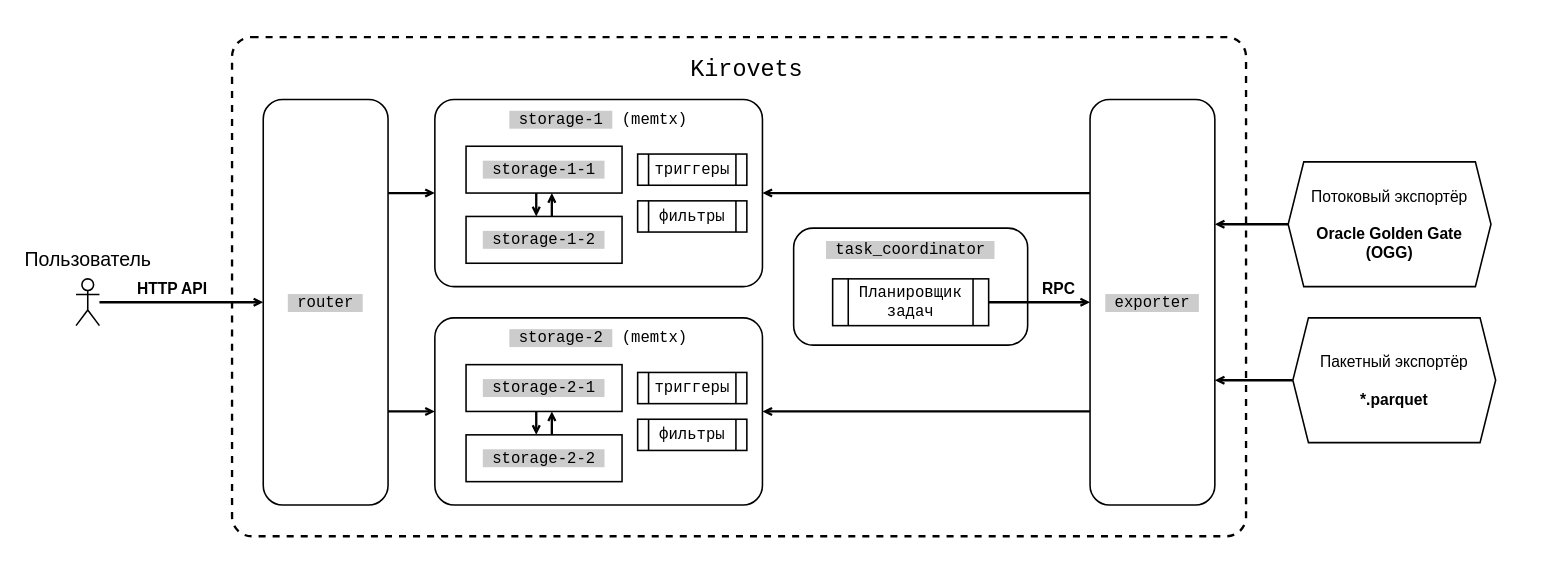
Earlier version of the draw.io diagram docs/docs/images/kirovets/kirovets_diagram.drawio (picodata/picodata). Source tidied: cells renumbered, new cells numbered last; positions are measured from the earlier drawing's top-left corner, leaving out a move shared by most shapes. Both pictures are drawn from the tidied source at 78%, with x=0, y=0 at pixel (76, 37).
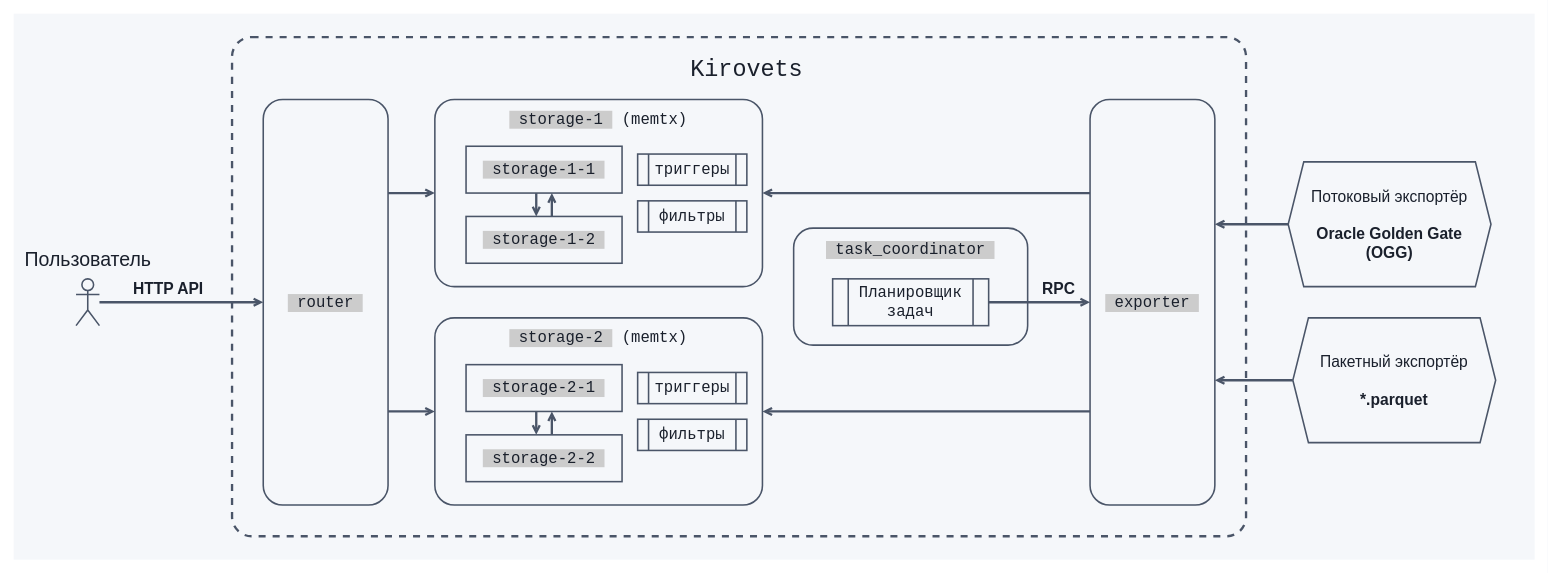
The same page after the edit.

Commit message (it also covers changes not shown here):
doc: fix architecture scheme, add example with authorization

also fix OGG setup, add info about metadata

The edit, as a diff of the source:
```diff
@@
+    <mxCell id="33" style="rounded=0;whiteSpace=wrap;html=1;fillColor=#F5F7FA;strokeColor=none;" parent="1" vertex="1">
+      <mxGeometry x="-80" y="-30" width="1950" height="700" as="geometry" />
+    </mxCell>
-    <mxCell id="2" value="Kirovets" style="rounded=1;whiteSpace=wrap;html=1;dashed=1;absoluteArcSize=1;arcSize=50;imageHeight=24;fillColor=none;align=center;fontSize=30;fontFamily=Courier New;verticalAlign=top;strokeWidth=3;spacing=20;spacingLeft=20;" parent="1" vertex="1">
+    <mxCell id="2" value="Kirovets" style="rounded=1;whiteSpace=wrap;html=1;dashed=1;absoluteArcSize=1;arcSize=50;imageHeight=24;fillColor=#F5F7FA;align=center;fontSize=30;fontFamily=Courier New;verticalAlign=top;strokeWidth=3;spacing=20;spacingLeft=20;fontColor=#1A202C;strokeColor=#4A5568;" parent="1" vertex="1">
       <mxGeometry x="200" width="1300" height="640" as="geometry" />
     </mxCell>
-    <mxCell id="3" style="edgeStyle=orthogonalEdgeStyle;rounded=0;jettySize=auto;html=1;flowAnimation=0;strokeColor=default;strokeWidth=3;align=center;verticalAlign=middle;fontFamily=Helvetica;fontSize=11;fontColor=default;labelBackgroundColor=default;endArrow=open;endFill=0;" parent="1" edge="1" source="5" target="19">
+    <mxCell id="3" style="edgeStyle=orthogonalEdgeStyle;rounded=0;jettySize=auto;html=1;flowAnimation=0;strokeColor=#4A5568;strokeWidth=3;align=center;verticalAlign=middle;fontFamily=Helvetica;fontSize=11;fontColor=#1A202C;labelBackgroundColor=none;endArrow=open;endFill=0;" parent="1" edge="1" source="5" target="19">
       <mxGeometry relative="1" as="geometry">
         <Array as="points">
           <mxPoint x="410" y="200" />
           <mxPoint x="410" y="200" />
         </Array>
       </mxGeometry>
     </mxCell>
-    <mxCell id="4" style="edgeStyle=orthogonalEdgeStyle;rounded=0;jettySize=auto;html=1;strokeColor=default;strokeWidth=3;align=center;verticalAlign=middle;fontFamily=Helvetica;fontSize=11;fontColor=default;labelBackgroundColor=default;endArrow=open;endFill=0;" parent="1" edge="1" source="5" target="6">
+    <mxCell id="4" style="edgeStyle=orthogonalEdgeStyle;rounded=0;jettySize=auto;html=1;strokeColor=#4A5568;strokeWidth=3;align=center;verticalAlign=middle;fontFamily=Helvetica;fontSize=11;fontColor=#1A202C;labelBackgroundColor=none;endArrow=open;endFill=0;" parent="1" edge="1" source="5" target="6">
       <mxGeometry relative="1" as="geometry">
         <Array as="points">
           <mxPoint x="410" y="480" />
           <mxPoint x="410" y="480" />
         </Array>
       </mxGeometry>
     </mxCell>
-    <mxCell id="5" value="&lt;font style=&quot;background-color: rgb(204, 204, 204);&quot; face=&quot;Courier New&quot;&gt;&amp;nbsp;router&amp;nbsp;&lt;/font&gt;" style="rounded=1;whiteSpace=wrap;html=1;fontSize=20;spacing=10;strokeWidth=2;absoluteArcSize=1;arcSize=50;" parent="1" vertex="1">
+    <mxCell id="5" value="&lt;font style=&quot;background-color: rgb(204, 204, 204);&quot; face=&quot;Courier New&quot;&gt;&amp;nbsp;router&amp;nbsp;&lt;/font&gt;" style="rounded=1;whiteSpace=wrap;html=1;fontSize=20;spacing=10;strokeWidth=2;absoluteArcSize=1;arcSize=50;fontColor=#1A202C;strokeColor=#4A5568;fillColor=#F5F7FA;" parent="1" vertex="1">
       <mxGeometry x="240" y="80" width="160" height="520" as="geometry" />
     </mxCell>
-    <mxCell id="6" value="&lt;span style=&quot;background-color: rgb(204, 204, 204);&quot;&gt;&amp;nbsp;storage-2&amp;nbsp;&lt;/span&gt;&lt;span&gt; (memtx)&lt;/span&gt;" style="rounded=1;whiteSpace=wrap;html=1;labelPosition=center;verticalLabelPosition=middle;align=center;verticalAlign=top;fontFamily=Courier New;fontSize=20;spacing=10;strokeWidth=2;absoluteArcSize=1;arcSize=50;" parent="1" vertex="1">
+    <mxCell id="6" value="&lt;span style=&quot;background-color: rgb(204, 204, 204);&quot;&gt;&amp;nbsp;storage-2&amp;nbsp;&lt;/span&gt;&lt;span&gt; (memtx)&lt;/span&gt;" style="rounded=1;whiteSpace=wrap;html=1;labelPosition=center;verticalLabelPosition=middle;align=center;verticalAlign=top;fontFamily=Courier New;fontSize=20;spacing=10;strokeWidth=2;absoluteArcSize=1;arcSize=50;fontColor=#1A202C;strokeColor=#4A5568;fillColor=#F5F7FA;" parent="1" vertex="1">
       <mxGeometry x="460" y="360" width="420" height="240" as="geometry" />
     </mxCell>
-    <mxCell id="7" style="edgeStyle=orthogonalEdgeStyle;rounded=0;orthogonalLoop=1;jettySize=auto;html=1;endArrow=open;endFill=0;strokeWidth=3;" parent="1" edge="1">
+    <mxCell id="7" style="edgeStyle=orthogonalEdgeStyle;rounded=0;orthogonalLoop=1;jettySize=auto;html=1;endArrow=open;endFill=0;strokeWidth=3;fontColor=#1A202C;strokeColor=#4A5568;" parent="1" edge="1">
       <mxGeometry relative="1" as="geometry">
         <mxPoint x="590" y="480" as="sourcePoint" />
         <mxPoint x="590" y="510" as="targetPoint" />
       </mxGeometry>
     </mxCell>
-    <mxCell id="8" value="&lt;span style=&quot;background-color: rgb(204, 204, 204);&quot;&gt;&amp;nbsp;storage-2-1&amp;nbsp;&lt;/span&gt;" style="rounded=0;whiteSpace=wrap;html=1;fontFamily=Courier New;fontSize=20;strokeColor=default;align=center;verticalAlign=middle;fontColor=default;fillColor=default;strokeWidth=2;" parent="1" vertex="1">
+    <mxCell id="8" value="&lt;span style=&quot;background-color: rgb(204, 204, 204);&quot;&gt;&amp;nbsp;storage-2-1&amp;nbsp;&lt;/span&gt;" style="rounded=0;whiteSpace=wrap;html=1;fontFamily=Courier New;fontSize=20;strokeColor=#4A5568;align=center;verticalAlign=middle;fontColor=#1A202C;fillColor=#F5F7FA;strokeWidth=2;" parent="1" vertex="1">
       <mxGeometry x="500" y="420" width="200" height="60" as="geometry" />
     </mxCell>
-    <mxCell id="9" style="edgeStyle=orthogonalEdgeStyle;rounded=0;orthogonalLoop=1;jettySize=auto;html=1;endArrow=open;endFill=0;strokeWidth=3;" parent="1" edge="1">
+    <mxCell id="9" style="edgeStyle=orthogonalEdgeStyle;rounded=0;orthogonalLoop=1;jettySize=auto;html=1;endArrow=open;endFill=0;strokeWidth=3;fontColor=#1A202C;strokeColor=#4A5568;" parent="1" edge="1">
       <mxGeometry relative="1" as="geometry">
         <mxPoint x="610" y="510" as="sourcePoint" />
         <mxPoint x="610" y="480" as="targetPoint" />
       </mxGeometry>
     </mxCell>
-    <mxCell id="10" value="&lt;span style=&quot;background-color: rgb(204, 204, 204);&quot;&gt;&amp;nbsp;storage-2-2&amp;nbsp;&lt;/span&gt;" style="rounded=0;whiteSpace=wrap;html=1;fontFamily=Courier New;fontSize=20;strokeColor=default;align=center;verticalAlign=middle;fontColor=default;fillColor=default;strokeWidth=2;" parent="1" vertex="1">
+    <mxCell id="10" value="&lt;span style=&quot;background-color: rgb(204, 204, 204);&quot;&gt;&amp;nbsp;storage-2-2&amp;nbsp;&lt;/span&gt;" style="rounded=0;whiteSpace=wrap;html=1;fontFamily=Courier New;fontSize=20;strokeColor=#4A5568;align=center;verticalAlign=middle;fontColor=#1A202C;fillColor=#F5F7FA;strokeWidth=2;" parent="1" vertex="1">
       <mxGeometry x="500" y="510" width="200" height="60" as="geometry" />
     </mxCell>
-    <mxCell id="11" style="edgeStyle=orthogonalEdgeStyle;rounded=0;jettySize=auto;html=1;strokeColor=default;strokeWidth=3;align=center;verticalAlign=middle;fontFamily=Helvetica;fontSize=11;fontColor=default;labelBackgroundColor=default;endArrow=open;endFill=0;" parent="1" edge="1" source="13" target="19">
+    <mxCell id="11" style="edgeStyle=orthogonalEdgeStyle;rounded=0;jettySize=auto;html=1;strokeColor=#4A5568;strokeWidth=3;align=center;verticalAlign=middle;fontFamily=Helvetica;fontSize=11;fontColor=#1A202C;labelBackgroundColor=none;endArrow=open;endFill=0;" parent="1" edge="1" source="13" target="19">
       <mxGeometry relative="1" as="geometry">
         <Array as="points">
           <mxPoint x="1270" y="200" />
           <mxPoint x="1270" y="200" />
         </Array>
       </mxGeometry>
     </mxCell>
-    <mxCell id="12" style="edgeStyle=orthogonalEdgeStyle;rounded=0;jettySize=auto;html=1;strokeColor=default;strokeWidth=3;align=center;verticalAlign=middle;fontFamily=Helvetica;fontSize=11;fontColor=default;labelBackgroundColor=default;endArrow=open;endFill=0;" parent="1" edge="1" source="13" target="6">
+    <mxCell id="12" style="edgeStyle=orthogonalEdgeStyle;rounded=0;jettySize=auto;html=1;strokeColor=#4A5568;strokeWidth=3;align=center;verticalAlign=middle;fontFamily=Helvetica;fontSize=11;fontColor=#1A202C;labelBackgroundColor=none;endArrow=open;endFill=0;" parent="1" edge="1" source="13" target="6">
       <mxGeometry relative="1" as="geometry">
         <Array as="points">
           <mxPoint x="1270" y="480" />
           <mxPoint x="1270" y="480" />
         </Array>
       </mxGeometry>
     </mxCell>
-    <mxCell id="13" value="&lt;font style=&quot;background-color: rgb(204, 204, 204);&quot; face=&quot;Courier New&quot;&gt;&amp;nbsp;exporter&amp;nbsp;&lt;/font&gt;" style="rounded=1;whiteSpace=wrap;html=1;fontSize=20;spacing=10;strokeWidth=2;verticalAlign=middle;absoluteArcSize=1;arcSize=50;" parent="1" vertex="1">
+    <mxCell id="13" value="&lt;font style=&quot;background-color: rgb(204, 204, 204);&quot; face=&quot;Courier New&quot;&gt;&amp;nbsp;exporter&amp;nbsp;&lt;/font&gt;" style="rounded=1;whiteSpace=wrap;html=1;fontSize=20;spacing=10;strokeWidth=2;verticalAlign=middle;absoluteArcSize=1;arcSize=50;fontColor=#1A202C;strokeColor=#4A5568;fillColor=#F5F7FA;" parent="1" vertex="1">
       <mxGeometry x="1300" y="80" width="160" height="520" as="geometry" />
     </mxCell>
-    <mxCell id="14" value="HTTP API" style="edgeStyle=orthogonalEdgeStyle;rounded=0;jettySize=auto;html=1;verticalAlign=bottom;fontSize=20;align=center;spacing=5;spacingRight=25;spacingLeft=0;strokeWidth=3;endArrow=open;endFill=0;fontStyle=1;" parent="1" edge="1" source="15" target="5">
-      <mxGeometry relative="1" as="geometry" />
+    <mxCell id="14" value="&lt;font style=&quot;color: rgb(26, 32, 44);&quot;&gt;HTTP API&lt;/font&gt;" style="edgeStyle=orthogonalEdgeStyle;rounded=0;jettySize=auto;html=1;verticalAlign=bottom;fontSize=20;align=center;spacing=5;spacingRight=25;spacingLeft=0;strokeWidth=3;endArrow=open;endFill=0;fontStyle=1;fontColor=#1A202C;strokeColor=#4A5568;labelBorderColor=none;labelBackgroundColor=none;" parent="1" edge="1" source="15" target="5">
+      <mxGeometry x="-0.05" relative="1" as="geometry" />
     </mxCell>
-    <mxCell id="15" value="Пользователь" style="shape=umlActor;verticalLabelPosition=top;verticalAlign=bottom;html=1;outlineConnect=0;labelPosition=center;align=center;fontSize=25;spacing=10;strokeWidth=2;" parent="1" vertex="1">
+    <mxCell id="15" value="&lt;font style=&quot;color: rgb(26, 32, 44);&quot;&gt;Пользователь&lt;/font&gt;" style="shape=umlActor;verticalLabelPosition=top;verticalAlign=bottom;html=1;outlineConnect=0;labelPosition=center;align=center;fontSize=25;spacing=10;strokeWidth=2;fontColor=#1A202C;strokeColor=#4A5568;fillColor=#F5F7FA;" parent="1" vertex="1">
       <mxGeometry y="310" width="30" height="60" as="geometry" />
     </mxCell>
-    <mxCell id="16" value="&lt;font style=&quot;background-color: rgb(204, 204, 204);&quot; face=&quot;Courier New&quot;&gt;&amp;nbsp;task_coordinator&amp;nbsp;&lt;/font&gt;" style="rounded=1;whiteSpace=wrap;html=1;fontSize=20;spacing=10;strokeWidth=2;verticalAlign=top;absoluteArcSize=1;arcSize=50;" parent="1" vertex="1">
+    <mxCell id="16" value="&lt;font style=&quot;background-color: rgb(204, 204, 204);&quot; face=&quot;Courier New&quot;&gt;&amp;nbsp;task_coordinator&amp;nbsp;&lt;/font&gt;" style="rounded=1;whiteSpace=wrap;html=1;fontSize=20;spacing=10;strokeWidth=2;verticalAlign=top;absoluteArcSize=1;arcSize=50;fontColor=#1A202C;strokeColor=#4A5568;fillColor=#F5F7FA;" parent="1" vertex="1">
       <mxGeometry x="920" y="245" width="300" height="150" as="geometry" />
     </mxCell>
-    <mxCell id="17" value="RPC" style="edgeStyle=orthogonalEdgeStyle;rounded=0;jettySize=auto;html=1;strokeColor=default;strokeWidth=3;align=left;verticalAlign=bottom;fontFamily=Helvetica;fontSize=20;fontColor=default;labelBackgroundColor=default;endArrow=open;endFill=0;spacing=5;fontStyle=1;" parent="1" edge="1" source="18" target="13">
+    <mxCell id="17" value="RPC" style="edgeStyle=orthogonalEdgeStyle;rounded=0;jettySize=auto;html=1;strokeColor=#4A5568;strokeWidth=3;align=left;verticalAlign=bottom;fontFamily=Helvetica;fontSize=20;fontColor=#1A202C;labelBackgroundColor=none;endArrow=open;endFill=0;spacing=5;fontStyle=1;" parent="1" edge="1" source="18" target="13">
       <mxGeometry x="-0.01" relative="1" as="geometry" />
     </mxCell>
-    <mxCell id="18" value="Планировщик&lt;div&gt;задач&lt;/div&gt;" style="shape=process;whiteSpace=wrap;html=1;backgroundOutline=1;fontSize=20;strokeWidth=2;fontFamily=Courier New;" parent="1" vertex="1">
+    <mxCell id="18" value="Планировщик&lt;div&gt;задач&lt;/div&gt;" style="shape=process;whiteSpace=wrap;html=1;backgroundOutline=1;fontSize=20;strokeWidth=2;fontFamily=Courier New;fontColor=#1A202C;strokeColor=#4A5568;fillColor=#F5F7FA;" parent="1" vertex="1">
       <mxGeometry x="970" y="310" width="200" height="60" as="geometry" />
     </mxCell>
-    <mxCell id="19" value="&lt;span style=&quot;background-color: rgb(204, 204, 204);&quot;&gt;&amp;nbsp;storage-1&amp;nbsp;&lt;/span&gt;&lt;span&gt;&amp;nbsp;(memtx)&lt;/span&gt;" style="rounded=1;whiteSpace=wrap;html=1;labelPosition=center;verticalLabelPosition=middle;align=center;verticalAlign=top;fontFamily=Courier New;fontSize=20;spacing=10;strokeWidth=2;absoluteArcSize=1;arcSize=50;" parent="1" vertex="1">
+    <mxCell id="19" value="&lt;span style=&quot;background-color: rgb(204, 204, 204);&quot;&gt;&amp;nbsp;storage-1&amp;nbsp;&lt;/span&gt;&lt;span&gt;&amp;nbsp;(memtx)&lt;/span&gt;" style="rounded=1;whiteSpace=wrap;html=1;labelPosition=center;verticalLabelPosition=middle;align=center;verticalAlign=top;fontFamily=Courier New;fontSize=20;spacing=10;strokeWidth=2;absoluteArcSize=1;arcSize=50;fontColor=#1A202C;strokeColor=#4A5568;fillColor=#F5F7FA;" parent="1" vertex="1">
       <mxGeometry x="460" y="80" width="420" height="240" as="geometry" />
     </mxCell>
-    <mxCell id="20" style="edgeStyle=orthogonalEdgeStyle;rounded=0;orthogonalLoop=1;jettySize=auto;html=1;endArrow=open;endFill=0;strokeWidth=3;" parent="1" edge="1">
+    <mxCell id="20" style="edgeStyle=orthogonalEdgeStyle;rounded=0;orthogonalLoop=1;jettySize=auto;html=1;endArrow=open;endFill=0;strokeWidth=3;fontColor=#1A202C;strokeColor=#4A5568;" parent="1" edge="1">
       <mxGeometry relative="1" as="geometry">
         <mxPoint x="590" y="200" as="sourcePoint" />
         <mxPoint x="590" y="230" as="targetPoint" />
       </mxGeometry>
     </mxCell>
-    <mxCell id="21" value="&lt;span style=&quot;background-color: rgb(204, 204, 204);&quot;&gt;&amp;nbsp;storage-1-1&amp;nbsp;&lt;/span&gt;" style="rounded=0;whiteSpace=wrap;html=1;fontFamily=Courier New;fontSize=20;strokeColor=default;align=center;verticalAlign=middle;fontColor=default;fillColor=default;strokeWidth=2;" parent="1" vertex="1">
+    <mxCell id="21" value="&lt;span style=&quot;background-color: rgb(204, 204, 204);&quot;&gt;&amp;nbsp;storage-1-1&amp;nbsp;&lt;/span&gt;" style="rounded=0;whiteSpace=wrap;html=1;fontFamily=Courier New;fontSize=20;strokeColor=#4A5568;align=center;verticalAlign=middle;fontColor=#1A202C;fillColor=#F5F7FA;strokeWidth=2;" parent="1" vertex="1">
       <mxGeometry x="500" y="140" width="200" height="60" as="geometry" />
     </mxCell>
-    <mxCell id="22" style="edgeStyle=orthogonalEdgeStyle;rounded=0;orthogonalLoop=1;jettySize=auto;html=1;endArrow=open;endFill=0;strokeWidth=3;" parent="1" edge="1">
+    <mxCell id="22" style="edgeStyle=orthogonalEdgeStyle;rounded=0;orthogonalLoop=1;jettySize=auto;html=1;endArrow=open;endFill=0;strokeWidth=3;fontColor=#1A202C;strokeColor=#4A5568;" parent="1" edge="1">
       <mxGeometry relative="1" as="geometry">
         <mxPoint x="610" y="230" as="sourcePoint" />
         <mxPoint x="610" y="200" as="targetPoint" />
       </mxGeometry>
     </mxCell>
-    <mxCell id="23" value="&lt;span style=&quot;background-color: rgb(204, 204, 204);&quot;&gt;&amp;nbsp;storage-1-2&amp;nbsp;&lt;/span&gt;" style="rounded=0;whiteSpace=wrap;html=1;fontFamily=Courier New;fontSize=20;strokeColor=default;align=center;verticalAlign=middle;fontColor=default;fillColor=default;strokeWidth=2;" parent="1" vertex="1">
+    <mxCell id="23" value="&lt;span style=&quot;background-color: rgb(204, 204, 204);&quot;&gt;&amp;nbsp;storage-1-2&amp;nbsp;&lt;/span&gt;" style="rounded=0;whiteSpace=wrap;html=1;fontFamily=Courier New;fontSize=20;strokeColor=#4A5568;align=center;verticalAlign=middle;fontColor=#1A202C;fillColor=#F5F7FA;strokeWidth=2;" parent="1" vertex="1">
       <mxGeometry x="500" y="230" width="200" height="60" as="geometry" />
     </mxCell>
-    <mxCell id="24" style="edgeStyle=orthogonalEdgeStyle;rounded=0;jettySize=auto;html=1;strokeColor=default;strokeWidth=3;align=center;verticalAlign=middle;fontFamily=Helvetica;fontSize=11;fontColor=default;labelBackgroundColor=default;endArrow=open;endFill=0;" parent="1" edge="1" source="25">
+    <mxCell id="24" style="edgeStyle=orthogonalEdgeStyle;rounded=0;jettySize=auto;html=1;strokeColor=#4A5568;strokeWidth=3;align=center;verticalAlign=middle;fontFamily=Helvetica;fontSize=11;fontColor=#1A202C;labelBackgroundColor=none;endArrow=open;endFill=0;" parent="1" edge="1" source="25">
       <mxGeometry relative="1" as="geometry">
         <mxPoint x="1460" y="240" as="targetPoint" />
         <Array as="points">
           <mxPoint x="1490" y="240" />
           <mxPoint x="1490" y="240" />
         </Array>
       </mxGeometry>
     </mxCell>
-    <mxCell id="25" value="&lt;span style=&quot;font-size: 20px;&quot;&gt;Потоковый&amp;nbsp;&lt;/span&gt;&lt;span style=&quot;font-size: 20px; background-color: transparent; color: light-dark(rgb(0, 0, 0), rgb(255, 255, 255));&quot;&gt;экспортёр&lt;/span&gt;&lt;div style=&quot;font-size: 20px;&quot;&gt;&lt;br&gt;&lt;/div&gt;&lt;div style=&quot;font-size: 20px;&quot;&gt;&lt;span style=&quot;font-weight: 700;&quot;&gt;Oracle Golden Gate&lt;/span&gt;&lt;/div&gt;&lt;div style=&quot;font-size: 20px;&quot;&gt;&lt;span style=&quot;font-weight: 700;&quot;&gt;(OGG)&lt;/span&gt;&lt;/div&gt;" style="shape=hexagon;perimeter=hexagonPerimeter2;whiteSpace=wrap;html=1;fixedSize=1;strokeWidth=2;" parent="1" vertex="1">
+    <mxCell id="25" value="&lt;font style=&quot;color: rgb(26, 32, 44);&quot;&gt;&lt;span style=&quot;font-size: 20px;&quot;&gt;Потоковый&amp;nbsp;&lt;/span&gt;&lt;span style=&quot;font-size: 20px; background-color: transparent;&quot;&gt;экспортёр&lt;/span&gt;&lt;/font&gt;&lt;div style=&quot;font-size: 20px;&quot;&gt;&lt;br&gt;&lt;/div&gt;&lt;div style=&quot;font-size: 20px;&quot;&gt;&lt;span style=&quot;font-weight: 700;&quot;&gt;Oracle Golden Gate&lt;/span&gt;&lt;/div&gt;&lt;div style=&quot;font-size: 20px;&quot;&gt;&lt;span style=&quot;font-weight: 700;&quot;&gt;(OGG)&lt;/span&gt;&lt;/div&gt;" style="shape=hexagon;perimeter=hexagonPerimeter2;whiteSpace=wrap;html=1;fixedSize=1;strokeWidth=2;fontColor=#1A202C;strokeColor=#4A5568;fillColor=#F5F7FA;" parent="1" vertex="1">
       <mxGeometry x="1554" y="160" width="260" height="160" as="geometry" />
     </mxCell>
-    <mxCell id="26" style="edgeStyle=orthogonalEdgeStyle;rounded=0;jettySize=auto;html=1;strokeColor=default;strokeWidth=3;align=center;verticalAlign=middle;fontFamily=Helvetica;fontSize=11;fontColor=default;labelBackgroundColor=default;endArrow=open;endFill=0;" parent="1" edge="1" source="27">
+    <mxCell id="26" style="edgeStyle=orthogonalEdgeStyle;rounded=0;jettySize=auto;html=1;strokeColor=#4A5568;strokeWidth=3;align=center;verticalAlign=middle;fontFamily=Helvetica;fontSize=11;fontColor=#1A202C;labelBackgroundColor=none;endArrow=open;endFill=0;" parent="1" edge="1" source="27">
       <mxGeometry relative="1" as="geometry">
         <mxPoint x="1460" y="440" as="targetPoint" />
         <Array as="points">
           <mxPoint x="1480" y="440" />
           <mxPoint x="1480" y="440" />
         </Array>
       </mxGeometry>
     </mxCell>
-    <mxCell id="27" value="&lt;span style=&quot;font-size: 20px;&quot;&gt;Пакетный&amp;nbsp;&lt;/span&gt;&lt;span style=&quot;font-size: 20px; background-color: transparent; color: light-dark(rgb(0, 0, 0), rgb(255, 255, 255));&quot;&gt;экспортёр&lt;/span&gt;&lt;div style=&quot;font-size: 20px;&quot;&gt;&lt;br&gt;&lt;/div&gt;&lt;div style=&quot;font-size: 20px;&quot;&gt;&lt;b&gt;*.parquet&lt;/b&gt;&lt;/div&gt;" style="shape=hexagon;perimeter=hexagonPerimeter2;whiteSpace=wrap;html=1;fixedSize=1;strokeWidth=2;" parent="1" vertex="1">
+    <mxCell id="27" value="&lt;font style=&quot;color: rgb(26, 32, 44);&quot;&gt;&lt;span style=&quot;font-size: 20px;&quot;&gt;Пакетный&amp;nbsp;&lt;/span&gt;&lt;span style=&quot;font-size: 20px; background-color: transparent;&quot;&gt;экспортёр&lt;/span&gt;&lt;/font&gt;&lt;div style=&quot;font-size: 20px;&quot;&gt;&lt;br&gt;&lt;/div&gt;&lt;div style=&quot;font-size: 20px;&quot;&gt;&lt;b&gt;*.parquet&lt;/b&gt;&lt;/div&gt;" style="shape=hexagon;perimeter=hexagonPerimeter2;whiteSpace=wrap;html=1;fixedSize=1;strokeWidth=2;fontColor=#1A202C;strokeColor=#4A5568;fillColor=#F5F7FA;" parent="1" vertex="1">
       <mxGeometry x="1560" y="360" width="260" height="160" as="geometry" />
     </mxCell>
-    <mxCell id="28" value="&lt;font style=&quot;font-size: 20px;&quot;&gt;триггеры&lt;/font&gt;" style="shape=process;whiteSpace=wrap;html=1;backgroundOutline=1;strokeWidth=2;fontFamily=Courier New;" parent="1" vertex="1">
+    <mxCell id="28" value="&lt;font style=&quot;font-size: 20px;&quot;&gt;триггеры&lt;/font&gt;" style="shape=process;whiteSpace=wrap;html=1;backgroundOutline=1;strokeWidth=2;fontFamily=Courier New;fontColor=#1A202C;strokeColor=#4A5568;fillColor=#F5F7FA;" parent="1" vertex="1">
       <mxGeometry x="720" y="150" width="140" height="40" as="geometry" />
     </mxCell>
-    <mxCell id="29" value="&lt;font style=&quot;font-size: 20px;&quot;&gt;фильтры&lt;/font&gt;" style="shape=process;whiteSpace=wrap;html=1;backgroundOutline=1;strokeWidth=2;fontFamily=Courier New;" parent="1" vertex="1">
+    <mxCell id="29" value="&lt;font style=&quot;font-size: 20px;&quot;&gt;фильтры&lt;/font&gt;" style="shape=process;whiteSpace=wrap;html=1;backgroundOutline=1;strokeWidth=2;fontFamily=Courier New;fontColor=#1A202C;strokeColor=#4A5568;fillColor=#F5F7FA;" parent="1" vertex="1">
       <mxGeometry x="720" y="210" width="140" height="40" as="geometry" />
     </mxCell>
-    <mxCell id="30" style="edgeStyle=orthogonalEdgeStyle;rounded=0;orthogonalLoop=1;jettySize=auto;html=1;exitX=0.5;exitY=1;exitDx=0;exitDy=0;" parent="1" edge="1" source="29" target="29">
+    <mxCell id="30" style="edgeStyle=orthogonalEdgeStyle;rounded=0;orthogonalLoop=1;jettySize=auto;html=1;exitX=0.5;exitY=1;exitDx=0;exitDy=0;fontColor=#1A202C;strokeColor=#4A5568;" parent="1" edge="1" source="29" target="29">
       <mxGeometry relative="1" as="geometry" />
     </mxCell>
-    <mxCell id="31" value="&lt;font style=&quot;font-size: 20px;&quot;&gt;триггеры&lt;/font&gt;" style="shape=process;whiteSpace=wrap;html=1;backgroundOutline=1;strokeWidth=2;fontFamily=Courier New;" parent="1" vertex="1">
+    <mxCell id="31" value="&lt;font style=&quot;font-size: 20px;&quot;&gt;триггеры&lt;/font&gt;" style="shape=process;whiteSpace=wrap;html=1;backgroundOutline=1;strokeWidth=2;fontFamily=Courier New;fontColor=#1A202C;strokeColor=#4A5568;fillColor=#F5F7FA;" parent="1" vertex="1">
       <mxGeometry x="720" y="430" width="140" height="40" as="geometry" />
     </mxCell>
-    <mxCell id="32" value="&lt;font style=&quot;font-size: 20px;&quot;&gt;фильтры&lt;/font&gt;" style="shape=process;whiteSpace=wrap;html=1;backgroundOutline=1;strokeWidth=2;fontFamily=Courier New;" parent="1" vertex="1">
+    <mxCell id="32" value="&lt;font style=&quot;font-size: 20px;&quot;&gt;фильтры&lt;/font&gt;" style="shape=process;whiteSpace=wrap;html=1;backgroundOutline=1;strokeWidth=2;fontFamily=Courier New;fontColor=#1A202C;strokeColor=#4A5568;fillColor=#F5F7FA;" parent="1" vertex="1">
       <mxGeometry x="720" y="490" width="140" height="40" as="geometry" />
     </mxCell>
```
